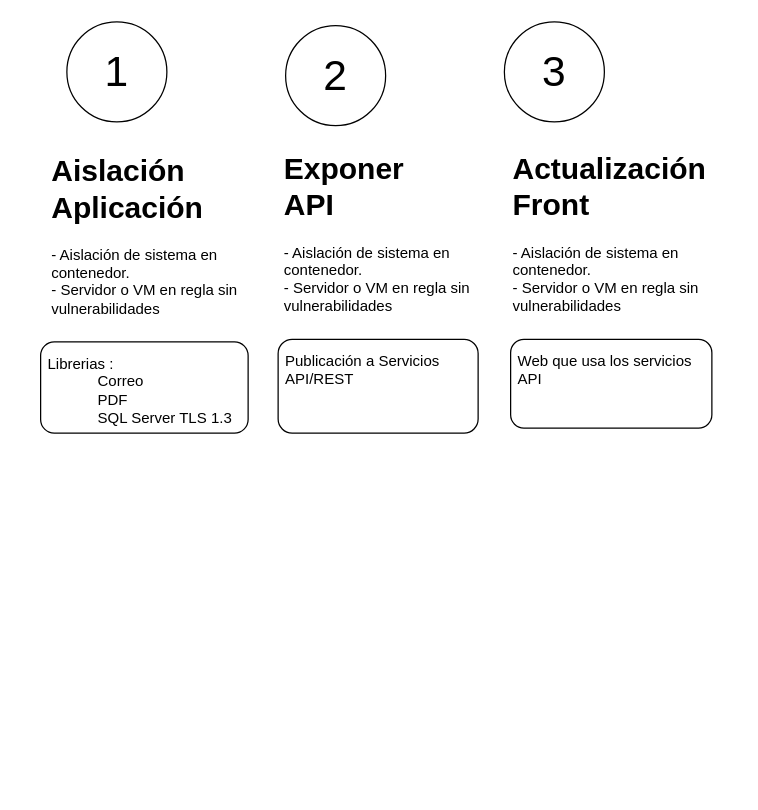
Earlier version of the draw.io diagram proyectos/BizGroup/IsapreCodelco/Sist. Interconsultas/BizGroup-IsapreCodelco-InterConsultasMédicas.drawio (cohgit/architecture). Source tidied: cells renumbered, new cells numbered last; positions are measured from the earlier drawing's top-left corner, leaving out a move shared by most shapes. Both pictures are drawn from the tidied source at 125%, with x=0, y=0 at pixel (40, 21). Pictures stored in the file or linked from it are replaced by grey dashed boxes.
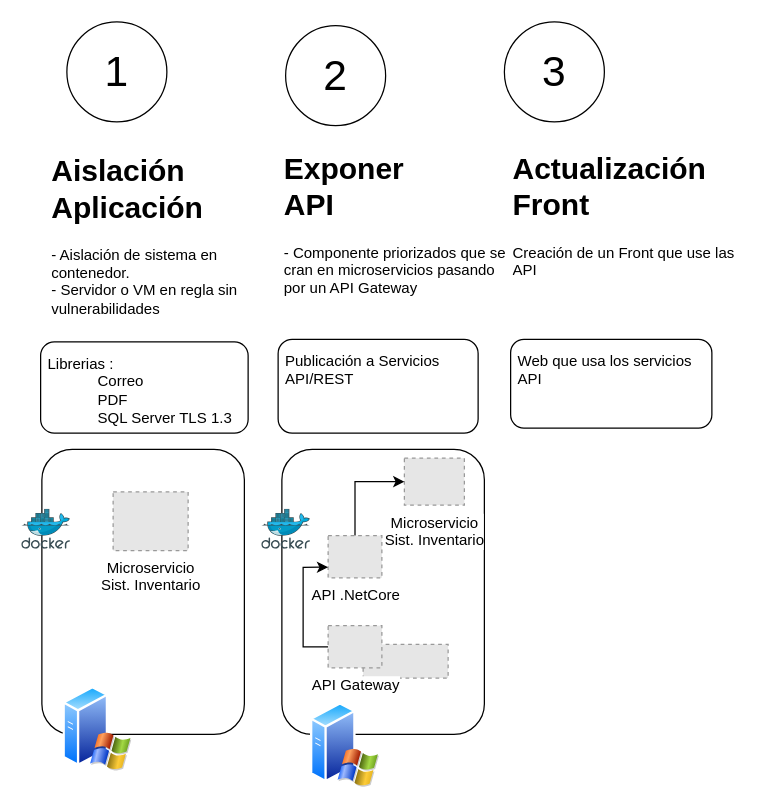
Above is the later version.

Diff of the diagram source:
```diff
@@
+    <mxCell id="11" style="rounded=1;whiteSpace=wrap;html=1;" parent="1" vertex="1">
+      <mxGeometry x="1" y="342" width="162" height="228" as="geometry" />
+    </mxCell>
@@
-    <mxCell id="3" value="&lt;h1 style=&quot;margin-top: 0px;&quot;&gt;Exponer&lt;br&gt;API&lt;/h1&gt;&lt;div&gt;- Aislación de sistema en contenedor.&lt;/div&gt;&lt;div&gt;- Servidor o VM en regla sin vulnerabilidades&lt;/div&gt;" style="text;html=1;whiteSpace=wrap;overflow=hidden;rounded=0;" parent="1" vertex="1">
+    <mxCell id="3" value="&lt;h1 style=&quot;margin-top: 0px;&quot;&gt;Exponer&lt;br&gt;API&lt;/h1&gt;&lt;div&gt;- Componente priorizados que se cran en microservicios pasando por un API Gateway&lt;/div&gt;" style="text;html=1;whiteSpace=wrap;overflow=hidden;rounded=0;" parent="1" vertex="1">
       <mxGeometry x="193" y="97" width="180" height="142" as="geometry" />
     </mxCell>
-    <mxCell id="4" value="&lt;h1 style=&quot;margin-top: 0px;&quot;&gt;Actualización Front&lt;/h1&gt;&lt;div&gt;- Aislación de sistema en contenedor.&lt;/div&gt;&lt;div&gt;- Servidor o VM en regla sin vulnerabilidades&lt;/div&gt;" style="text;html=1;whiteSpace=wrap;overflow=hidden;rounded=0;" parent="1" vertex="1">
+    <mxCell id="4" value="&lt;h1 style=&quot;margin-top: 0px;&quot;&gt;Actualización Front&lt;/h1&gt;&lt;div&gt;Creación de un Front que use las API&lt;/div&gt;" style="text;html=1;whiteSpace=wrap;overflow=hidden;rounded=0;" parent="1" vertex="1">
       <mxGeometry x="376" y="97" width="180" height="135" as="geometry" />
     </mxCell>
@@
+    <mxCell id="12" style="image;perimeter=ellipsePerimeter;html=1;align=center;shadow=0;dashed=0;spacingTop=3;image=img/lib/active_directory/windows_server_2.svg;" parent="1" vertex="1">
+      <mxGeometry x="18" y="531" width="55.2" height="69" as="geometry" />
+    </mxCell>
+    <mxCell id="13" style="image;sketch=0;html=1;align=center;fontSize=12;image=img/lib/mscae/Docker.svg;" parent="1" vertex="1">
+      <mxGeometry x="-15" y="390" width="39" height="32" as="geometry" />
+    </mxCell>
+    <mxCell id="14" value="Microservicio&lt;br&gt;Sist. Inventario" style="fillColor=#E6E6E6;strokeColor=#999999;dashed=1;html=1;verticalAlign=top;verticalLabelPosition=bottom;labelBackgroundColor=#ffffff;" parent="1" vertex="1">
+      <mxGeometry x="58" y="376" width="60" height="47" as="geometry" />
+    </mxCell>
+    <mxCell id="15" style="rounded=1;whiteSpace=wrap;html=1;" parent="1" vertex="1">
+      <mxGeometry x="193" y="342" width="162" height="228" as="geometry" />
+    </mxCell>
+    <mxCell id="16" style="image;perimeter=ellipsePerimeter;html=1;align=center;shadow=0;dashed=0;spacingTop=3;image=img/lib/active_directory/windows_server_2.svg;" parent="1" vertex="1">
+      <mxGeometry x="216" y="544" width="55.2" height="69" as="geometry" />
+    </mxCell>
+    <mxCell id="17" style="image;sketch=0;html=1;align=center;fontSize=12;image=img/lib/mscae/Docker.svg;" parent="1" vertex="1">
+      <mxGeometry x="177" y="390" width="39" height="32" as="geometry" />
+    </mxCell>
+    <mxCell id="18" value="Microservicio&lt;br&gt;Sist. Inventario" style="fillColor=#E6E6E6;strokeColor=#999999;dashed=1;html=1;verticalAlign=top;verticalLabelPosition=bottom;labelBackgroundColor=#ffffff;" parent="1" vertex="1">
+      <mxGeometry x="291" y="349" width="48" height="37.6" as="geometry" />
+    </mxCell>
+    <mxCell id="19" style="edgeStyle=orthogonalEdgeStyle;rounded=0;jettySize=auto;html=1;entryX=0;entryY=0.5;entryDx=0;entryDy=0;" parent="1" edge="1" source="20" target="18">
+      <mxGeometry relative="1" as="geometry">
+        <Array as="points">
+          <mxPoint x="252" y="368" />
+        </Array>
+      </mxGeometry>
+    </mxCell>
+    <mxCell id="20" value="API .NetCore" style="fillColor=#E6E6E6;strokeColor=#999999;dashed=1;html=1;verticalAlign=top;verticalLabelPosition=bottom;labelBackgroundColor=#ffffff;" parent="1" vertex="1">
+      <mxGeometry x="230" y="411" width="43" height="33.7" as="geometry" />
+    </mxCell>
+    <mxCell id="21" style="fillColor=#E6E6E6;strokeColor=#999999;dashed=1;verticalLabelPosition=bottom;labelBackgroundColor=default;verticalAlign=top;" parent="1" vertex="1">
+      <mxGeometry x="258" y="498" width="68" height="26.9" as="geometry" />
+    </mxCell>
+    <mxCell id="22" style="edgeStyle=orthogonalEdgeStyle;rounded=0;jettySize=auto;html=1;entryX=0;entryY=0.75;entryDx=0;entryDy=0;" parent="1" edge="1" source="23" target="20">
+      <mxGeometry relative="1" as="geometry">
+        <Array as="points">
+          <mxPoint x="210" y="500" />
+          <mxPoint x="210" y="436" />
+        </Array>
+      </mxGeometry>
+    </mxCell>
+    <mxCell id="23" value="API Gateway" style="fillColor=#E6E6E6;strokeColor=#999999;dashed=1;html=1;verticalAlign=top;verticalLabelPosition=bottom;labelBackgroundColor=#ffffff;" parent="1" vertex="1">
+      <mxGeometry x="230" y="483" width="43" height="33.7" as="geometry" />
+    </mxCell>
```
